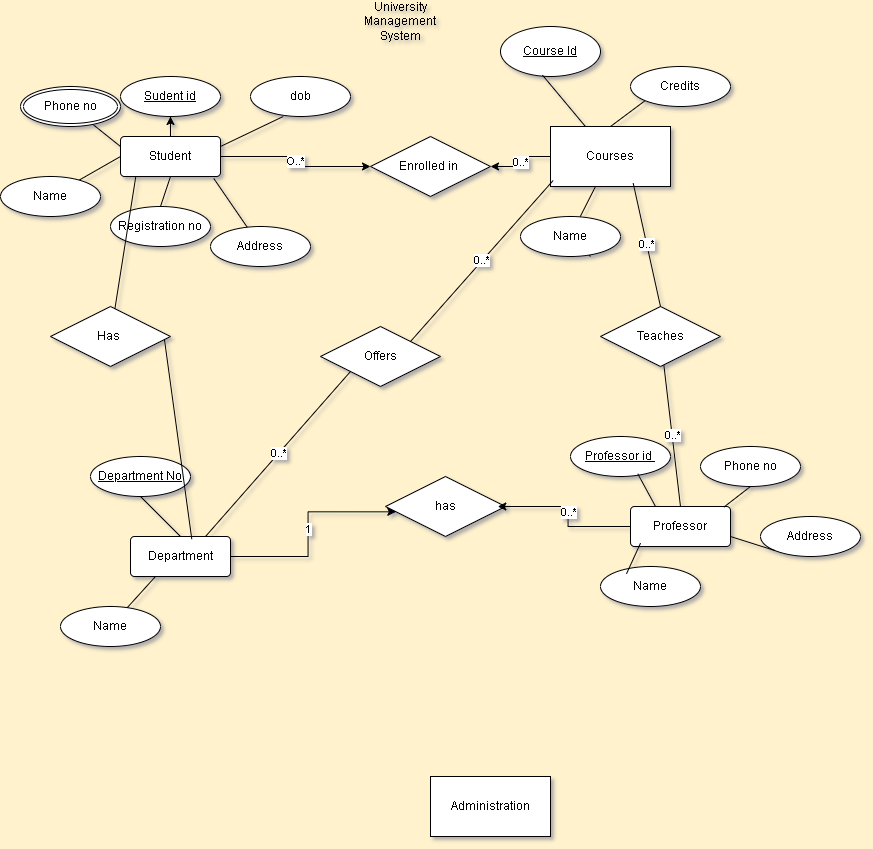
Earlier version of the draw.io export Untitled Diagram.drawio.png (Akansha2004pandey/draw.io). Source tidied: cells renumbered, new cells last; positions are measured from the earlier drawing's top-left corner, leaving out a move shared by most shapes.
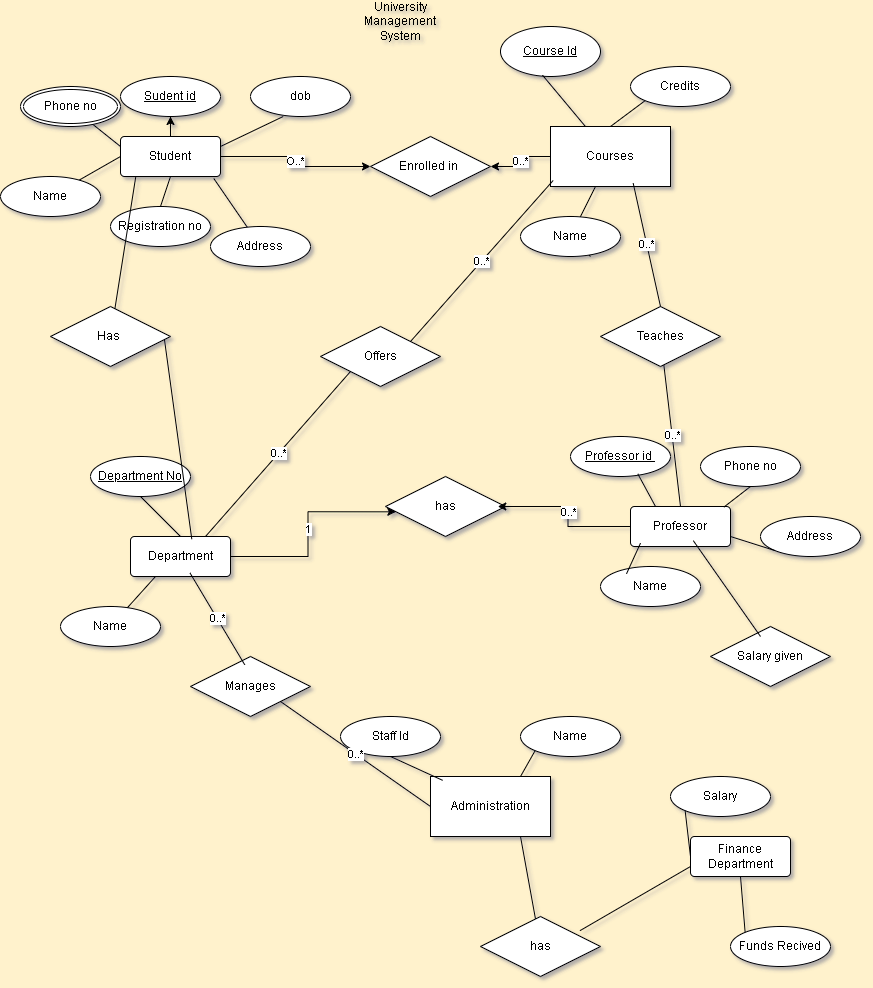
The same file after the commit.

What changed in the source:
```diff
@@ -175,5 +175,58 @@
     <mxCell id="56" style="endArrow=none;html=1;rounded=0;entryX=0.153;entryY=1;entryDx=0;entryDy=0;entryPerimeter=0;" parent="1" edge="1" source="54" target="9">
       <mxGeometry relative="1" as="geometry" />
     </mxCell>
+    <mxCell id="57" value="Staff Id" style="ellipse;whiteSpace=wrap;html=1;align=center;" parent="1" vertex="1">
+      <mxGeometry x="340" y="710" width="100" height="40" as="geometry" />
+    </mxCell>
+    <mxCell id="58" value="Name" style="ellipse;whiteSpace=wrap;html=1;align=center;" parent="1" vertex="1">
+      <mxGeometry x="520" y="710" width="100" height="40" as="geometry" />
+    </mxCell>
+    <mxCell id="59" style="endArrow=none;html=1;rounded=0;exitX=0.5;exitY=1;exitDx=0;exitDy=0;entryX=0.101;entryY=0.064;entryDx=0;entryDy=0;entryPerimeter=0;" parent="1" edge="1" source="57" target="6">
+      <mxGeometry relative="1" as="geometry" />
+    </mxCell>
+    <mxCell id="60" style="endArrow=none;html=1;rounded=0;entryX=0;entryY=1;entryDx=0;entryDy=0;exitX=0.75;exitY=0;exitDx=0;exitDy=0;" parent="1" edge="1" source="6" target="58">
+      <mxGeometry relative="1" as="geometry" />
+    </mxCell>
+    <mxCell id="61" value="Manages" style="shape=rhombus;perimeter=rhombusPerimeter;whiteSpace=wrap;html=1;align=center;" parent="1" vertex="1">
+      <mxGeometry x="190" y="650" width="120" height="60" as="geometry" />
+    </mxCell>
+    <mxCell id="62" value="0..*" style="endArrow=none;html=1;rounded=0;exitX=0;exitY=0.5;exitDx=0;exitDy=0;entryX=1;entryY=1;entryDx=0;entryDy=0;" parent="1" edge="1" source="6" target="61">
+      <mxGeometry relative="1" as="geometry" />
+    </mxCell>
+    <mxCell id="63" value="0..*" style="endArrow=none;html=1;rounded=0;entryX=0.595;entryY=0.911;entryDx=0;entryDy=0;entryPerimeter=0;exitX=0.452;exitY=0.138;exitDx=0;exitDy=0;exitPerimeter=0;" parent="1" edge="1" source="61" target="32">
+      <mxGeometry relative="1" as="geometry" />
+    </mxCell>
+    <mxCell id="64" value="Finance Department" style="rounded=1;arcSize=10;whiteSpace=wrap;html=1;align=center;" parent="1" vertex="1">
+      <mxGeometry x="690" y="830" width="100" height="40" as="geometry" />
+    </mxCell>
+    <mxCell id="65" value="Salary" style="ellipse;whiteSpace=wrap;html=1;align=center;" parent="1" vertex="1">
+      <mxGeometry x="670" y="770" width="100" height="40" as="geometry" />
+    </mxCell>
+    <mxCell id="66" style="endArrow=none;html=1;rounded=0;exitX=0.75;exitY=1;exitDx=0;exitDy=0;" parent="1" edge="1" source="6" target="67">
+      <mxGeometry relative="1" as="geometry" />
+    </mxCell>
+    <mxCell id="67" value="has" style="shape=rhombus;perimeter=rhombusPerimeter;whiteSpace=wrap;html=1;align=center;" parent="1" vertex="1">
+      <mxGeometry x="480" y="910" width="120" height="60" as="geometry" />
+    </mxCell>
+    <mxCell id="68" style="endArrow=none;html=1;rounded=0;exitX=0.829;exitY=0.236;exitDx=0;exitDy=0;exitPerimeter=0;entryX=0;entryY=0.75;entryDx=0;entryDy=0;" parent="1" edge="1" source="67" target="64">
+      <mxGeometry relative="1" as="geometry" />
+    </mxCell>
+    <mxCell id="69" value="Funds Recived" style="ellipse;whiteSpace=wrap;html=1;align=center;" parent="1" vertex="1">
+      <mxGeometry x="730" y="920" width="100" height="40" as="geometry" />
+    </mxCell>
+    <mxCell id="70" style="endArrow=none;html=1;rounded=0;entryX=0;entryY=1;entryDx=0;entryDy=0;exitX=0;exitY=0.5;exitDx=0;exitDy=0;" parent="1" edge="1" source="64" target="65">
+      <mxGeometry relative="1" as="geometry" />
+    </mxCell>
+    <mxCell id="71" style="endArrow=none;html=1;rounded=0;entryX=0.5;entryY=1;entryDx=0;entryDy=0;exitX=0;exitY=0;exitDx=0;exitDy=0;" parent="1" edge="1" source="69" target="64">
+      <mxGeometry relative="1" as="geometry" />
+    </mxCell>
+    <mxCell id="72" value="Salary given" style="shape=rhombus;perimeter=rhombusPerimeter;whiteSpace=wrap;html=1;align=center;" parent="1" vertex="1">
+      <mxGeometry x="710" y="620" width="120" height="60" as="geometry" />
+    </mxCell>
+    <mxCell id="73" style="endArrow=none;html=1;rounded=0;entryX=0.628;entryY=0.854;entryDx=0;entryDy=0;entryPerimeter=0;" parent="1" edge="1" target="36">
+      <mxGeometry relative="1" as="geometry">
+        <mxPoint x="760" y="630" as="sourcePoint" />
+      </mxGeometry>
+    </mxCell>
   </root>
 </mxGraphModel>
```
